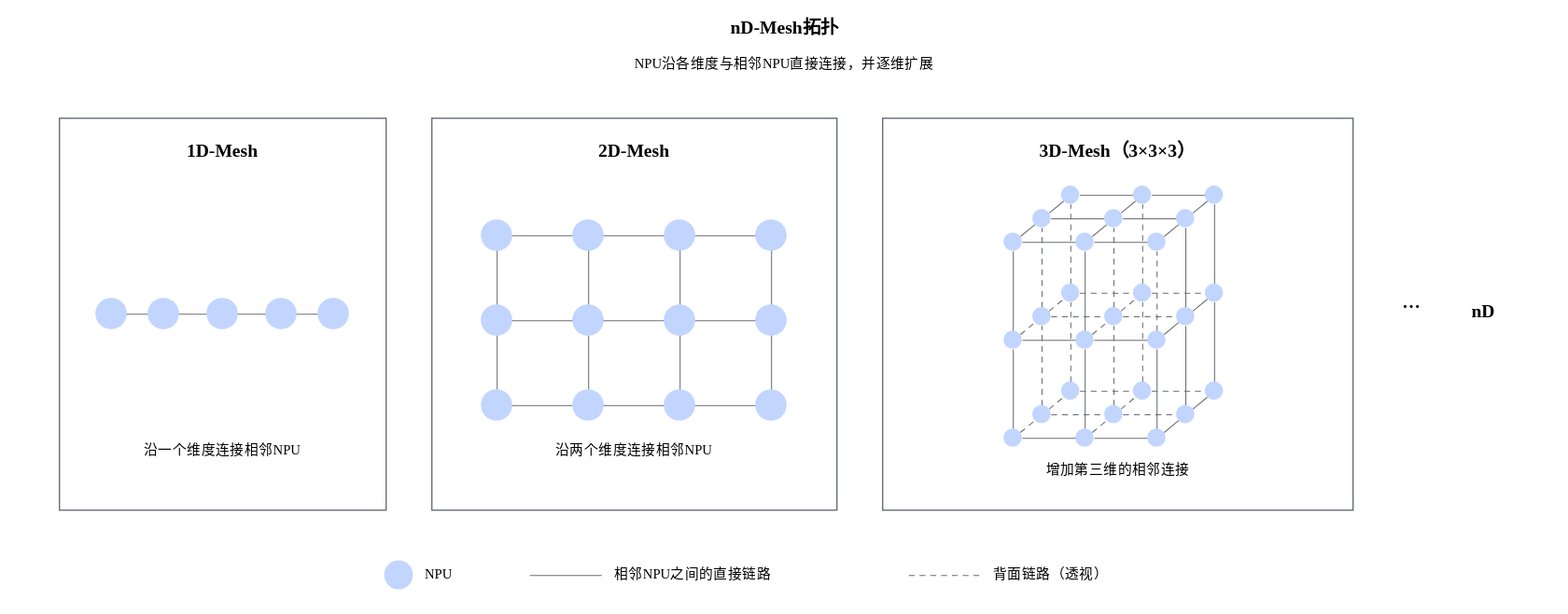
Earlier version of the draw.io export docs/zh/programming_model/figures/src/nd_mesh_topology.svg (Atlas-Ascend-Fork/asc-comm). Source tidied: cells renumbered, new cells last; positions are measured from the earlier drawing's top-left corner, leaving out a move shared by most shapes.
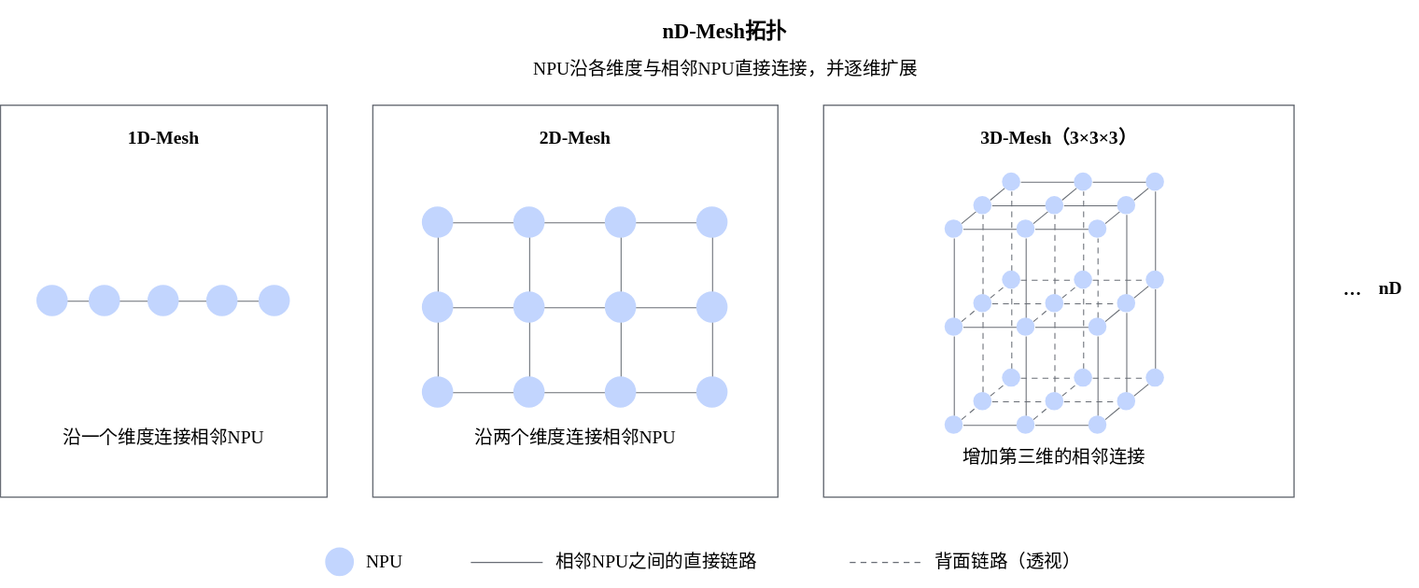
The same diagram one commit later.

What changed in the source:
```diff
@@ -3,13 +3,13 @@
     <mxCell id="0" />
     <mxCell id="1" parent="0" />
     <mxCell id="2" style="rounded=0;whiteSpace=wrap;html=1;strokeColor=none;fontFamily=方正兰亭黑简体;" parent="1" vertex="1">
-      <mxGeometry width="1200" height="470" as="geometry" />
+      <mxGeometry x="70" y="10" width="1060" height="450" as="geometry" />
     </mxCell>
-    <mxCell id="3" value="&lt;font style=&quot;font-size: 14px;&quot;&gt;&lt;b&gt;nD-Mesh拓扑&lt;/b&gt;&lt;/font&gt;" style="text;html=1;strokeColor=none;fillColor=none;whiteSpace=wrap;overflow=visible;fontFamily=方正兰亭黑简体;fontSize=14;fontColor=#000000;align=center;verticalAlign=middle;spacing=0;fontStyle=1;" parent="1" vertex="1">
-      <mxGeometry x="505.5" y="6" width="189" height="32" as="geometry" />
+    <mxCell id="3" value="&lt;font&gt;&lt;b&gt;nD-Mesh拓扑&lt;/b&gt;&lt;/font&gt;" style="text;html=1;strokeColor=none;fillColor=none;whiteSpace=wrap;overflow=visible;fontFamily=方正兰亭黑简体;fontSize=16;fontColor=#000000;align=center;verticalAlign=middle;spacing=0;fontStyle=1;" parent="1" vertex="1">
+      <mxGeometry x="505.5" y="17" width="189" height="32" as="geometry" />
     </mxCell>
-    <mxCell id="4" value="&lt;font style=&quot;font-size: 10.5px;&quot;&gt;NPU沿各维度与相邻NPU直接连接，并逐维扩展&lt;/font&gt;" style="text;html=1;strokeColor=none;fillColor=none;whiteSpace=wrap;overflow=visible;fontFamily=方正兰亭黑简体;fontSize=10.5;fontColor=#000000;align=center;verticalAlign=middle;spacing=0;" parent="1" vertex="1">
-      <mxGeometry x="430.9" y="38.2" width="338.1" height="22.4" as="geometry" />
+    <mxCell id="4" value="&lt;font&gt;NPU沿各维度与相邻NPU直接连接，并逐维扩展&lt;/font&gt;" style="text;html=1;strokeColor=none;fillColor=none;whiteSpace=wrap;overflow=visible;fontFamily=方正兰亭黑简体;fontSize=14;fontColor=#000000;align=center;verticalAlign=middle;spacing=0;" parent="1" vertex="1">
+      <mxGeometry x="430.9" y="52.2" width="338.1" height="22.4" as="geometry" />
     </mxCell>
     <mxCell id="5" style="rounded=0;whiteSpace=wrap;html=1;strokeColor=#686D75;fontFamily=方正兰亭黑简体;fontSize=10.5;" parent="1" vertex="1">
       <mxGeometry x="45" y="90" width="250" height="300" as="geometry" />
@@ -56,7 +56,7 @@
     <mxCell id="15" style="ellipse;whiteSpace=wrap;html=1;fillColor=#C2D5FE;strokeColor=none;fontFamily=方正兰亭黑简体;" parent="1" vertex="1">
       <mxGeometry x="243" y="228" width="24" height="24" as="geometry" />
     </mxCell>
-    <mxCell id="16" value="&lt;font style=&quot;font-size: 10.5px;&quot;&gt;沿一个维度连接相邻NPU&lt;/font&gt;" style="text;html=1;strokeColor=none;fillColor=none;whiteSpace=wrap;overflow=visible;fontFamily=方正兰亭黑简体;fontSize=10.5;fontColor=#000000;align=center;verticalAlign=middle;spacing=0;" parent="1" vertex="1">
+    <mxCell id="16" value="&lt;font&gt;沿一个维度连接相邻NPU&lt;/font&gt;" style="text;html=1;strokeColor=none;fillColor=none;whiteSpace=wrap;overflow=visible;fontFamily=方正兰亭黑简体;fontSize=14;fontColor=#000000;align=center;verticalAlign=middle;spacing=0;" parent="1" vertex="1">
       <mxGeometry x="88.1" y="334.4" width="163.8" height="20.8" as="geometry" />
     </mxCell>
     <mxCell id="17" style="rounded=0;whiteSpace=wrap;html=1;strokeColor=#686D75;fontFamily=方正兰亭黑简体;fontSize=10.5;" parent="1" vertex="1">
@@ -143,7 +143,7 @@
     <mxCell id="37" style="ellipse;whiteSpace=wrap;html=1;fillColor=#C2D5FE;strokeColor=none;fontFamily=方正兰亭黑简体;" parent="1" vertex="1">
       <mxGeometry x="578" y="298" width="24" height="24" as="geometry" />
     </mxCell>
-    <mxCell id="38" value="&lt;font style=&quot;font-size: 10.5px;&quot;&gt;沿两个维度连接相邻NPU&lt;/font&gt;" style="text;html=1;strokeColor=none;fillColor=none;whiteSpace=wrap;overflow=visible;fontFamily=方正兰亭黑简体;fontSize=10.5;fontColor=#000000;align=center;verticalAlign=middle;spacing=0;" parent="1" vertex="1">
+    <mxCell id="38" value="&lt;font&gt;沿两个维度连接相邻NPU&lt;/font&gt;" style="text;html=1;strokeColor=none;fillColor=none;whiteSpace=wrap;overflow=visible;fontFamily=方正兰亭黑简体;fontSize=14;fontColor=#000000;align=center;verticalAlign=middle;spacing=0;" parent="1" vertex="1">
       <mxGeometry x="403.1" y="334.4" width="163.8" height="20.8" as="geometry" />
     </mxCell>
     <mxCell id="39" style="rounded=0;whiteSpace=wrap;html=1;strokeColor=#686D75;fontFamily=方正兰亭黑简体;fontSize=10.5;" parent="1" vertex="1">
@@ -395,19 +395,19 @@
     <mxCell id="121" style="ellipse;whiteSpace=wrap;html=1;fillColor=#C2D5FE;strokeColor=none;fontFamily=方正兰亭黑简体;" parent="1" vertex="1">
       <mxGeometry x="922" y="142" width="14" height="14" as="geometry" />
     </mxCell>
-    <mxCell id="122" value="&lt;font style=&quot;font-size: 10.5px;&quot;&gt;增加第三维的相邻连接&lt;/font&gt;" style="text;html=1;strokeColor=none;fillColor=none;whiteSpace=wrap;overflow=visible;fontFamily=方正兰亭黑简体;fontSize=10.5;fontColor=#000000;align=center;verticalAlign=middle;spacing=0;" parent="1" vertex="1">
-      <mxGeometry x="786.8" y="349.4" width="136.5" height="20.8" as="geometry" />
+    <mxCell id="122" value="&lt;font&gt;增加第三维的相邻连接&lt;/font&gt;" style="text;html=1;strokeColor=none;fillColor=none;whiteSpace=wrap;overflow=visible;fontFamily=方正兰亭黑简体;fontSize=14;fontColor=#000000;align=center;verticalAlign=middle;spacing=0;" parent="1" vertex="1">
+      <mxGeometry x="776.8" y="349.4" width="149.2" height="20.8" as="geometry" />
     </mxCell>
     <mxCell id="123" value="&lt;font style=&quot;font-size: 14px;&quot;&gt;&lt;b&gt;…&lt;/b&gt;&lt;/font&gt;" style="text;html=1;strokeColor=none;fillColor=none;whiteSpace=wrap;overflow=visible;fontFamily=方正兰亭黑简体;fontSize=14;fontColor=#000000;align=center;verticalAlign=middle;spacing=0;fontStyle=1;" parent="1" vertex="1">
       <mxGeometry x="1060" y="216" width="40" height="32" as="geometry" />
     </mxCell>
     <mxCell id="124" value="&lt;font style=&quot;font-size: 14px;&quot;&gt;&lt;b&gt;nD&lt;/b&gt;&lt;/font&gt;" style="text;html=1;strokeColor=none;fillColor=none;whiteSpace=wrap;overflow=visible;fontFamily=方正兰亭黑简体;fontSize=14;fontColor=#000000;align=center;verticalAlign=middle;spacing=0;fontStyle=1;" parent="1" vertex="1">
-      <mxGeometry x="1119.2" y="227" width="31.5" height="24" as="geometry" />
+      <mxGeometry x="1093.2" y="219" width="31.5" height="24" as="geometry" />
     </mxCell>
     <mxCell id="125" style="ellipse;whiteSpace=wrap;html=1;fillColor=#C2D5FE;strokeColor=none;fontFamily=方正兰亭黑简体;" parent="1" vertex="1">
       <mxGeometry x="294" y="429" width="22" height="22" as="geometry" />
     </mxCell>
-    <mxCell id="126" value="&lt;font style=&quot;font-size: 10.5px;&quot;&gt;NPU&lt;/font&gt;" style="text;html=1;strokeColor=none;fillColor=none;whiteSpace=wrap;overflow=visible;fontFamily=方正兰亭黑简体;fontSize=10.5;fontColor=#000000;align=left;verticalAlign=middle;spacing=0;" parent="1" vertex="1">
+    <mxCell id="126" value="&lt;font&gt;NPU&lt;/font&gt;" style="text;html=1;strokeColor=none;fillColor=none;whiteSpace=wrap;overflow=visible;fontFamily=方正兰亭黑简体;fontSize=14;fontColor=#000000;align=left;verticalAlign=middle;spacing=0;" parent="1" vertex="1">
       <mxGeometry x="325" y="429.4" width="41" height="20.8" as="geometry" />
     </mxCell>
     <mxCell id="127" style="endArrow=none;html=1;rounded=0;fontSize=6;strokeWidth=0.75;strokeColor=#686D75;fontFamily=方正兰亭黑简体;" parent="1" edge="1">
@@ -416,7 +416,7 @@
         <mxPoint x="460" y="440" as="targetPoint" />
       </mxGeometry>
     </mxCell>
-    <mxCell id="128" value="&lt;font style=&quot;font-size: 10.5px;&quot;&gt;相邻NPU之间的直接链路&lt;/font&gt;" style="text;html=1;strokeColor=none;fillColor=none;whiteSpace=wrap;overflow=visible;fontFamily=方正兰亭黑简体;fontSize=10.5;fontColor=#000000;align=left;verticalAlign=middle;spacing=0;" parent="1" vertex="1">
+    <mxCell id="128" value="&lt;font&gt;相邻NPU之间的直接链路&lt;/font&gt;" style="text;html=1;strokeColor=none;fillColor=none;whiteSpace=wrap;overflow=visible;fontFamily=方正兰亭黑简体;fontSize=14;fontColor=#000000;align=left;verticalAlign=middle;spacing=0;" parent="1" vertex="1">
       <mxGeometry x="470" y="429.4" width="163.8" height="20.8" as="geometry" />
     </mxCell>
     <mxCell id="129" style="endArrow=none;html=1;rounded=0;fontSize=6;strokeWidth=0.75;strokeColor=#686D75;dashed=1;dashPattern=6 5;fontFamily=方正兰亭黑简体;" parent="1" edge="1">
@@ -425,7 +425,7 @@
         <mxPoint x="750" y="440" as="targetPoint" />
       </mxGeometry>
     </mxCell>
-    <mxCell id="130" value="&lt;font style=&quot;font-size: 10.5px;&quot;&gt;背面链路（透视）&lt;/font&gt;" style="text;html=1;strokeColor=none;fillColor=none;whiteSpace=wrap;overflow=visible;fontFamily=方正兰亭黑简体;fontSize=10.5;fontColor=#000000;align=left;verticalAlign=middle;spacing=0;" parent="1" vertex="1">
+    <mxCell id="130" value="&lt;font&gt;背面链路（透视）&lt;/font&gt;" style="text;html=1;strokeColor=none;fillColor=none;whiteSpace=wrap;overflow=visible;fontFamily=方正兰亭黑简体;fontSize=14;fontColor=#000000;align=left;verticalAlign=middle;spacing=0;" parent="1" vertex="1">
       <mxGeometry x="760" y="429.4" width="130" height="20.8" as="geometry" />
     </mxCell>
   </root>
```
